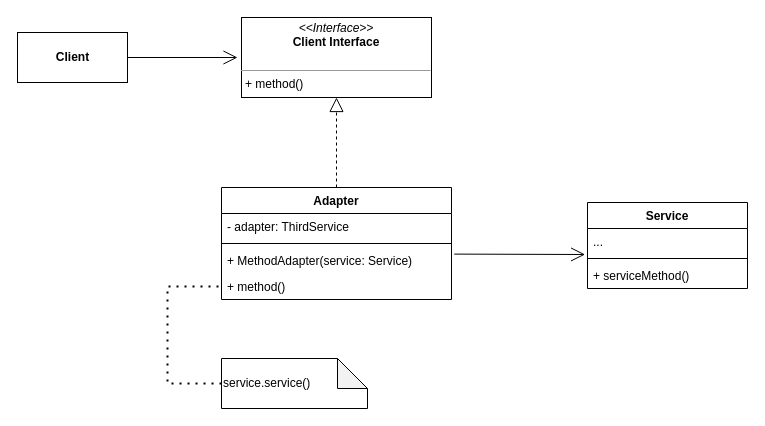
Before: 适配器模式.drawio in HsoulLink/designpattern_pic, a draw.io diagram. Source tidied: cells renumbered, new cells numbered last; positions are measured from the earlier drawing's top-left corner, leaving out a move shared by most shapes. Both pictures are drawn from the tidied source at 100%, with x=0, y=0 at pixel (17, 17).
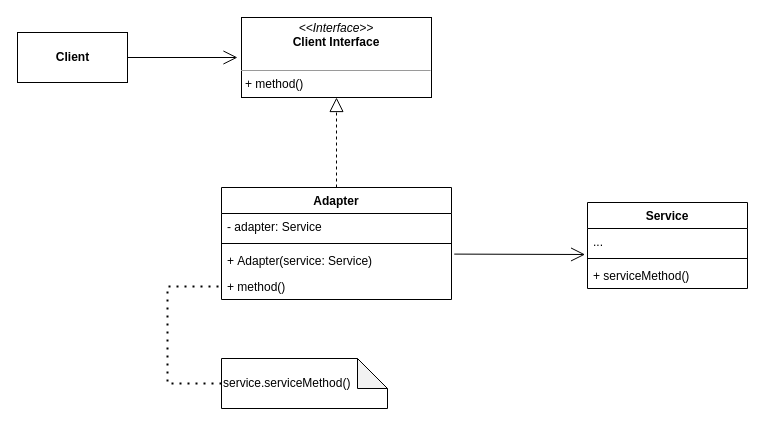
The same diagram, later.

Commit message (it also covers changes not shown here):
更新适配器模式.drawio

Unchanged cells that the change refers to:
```xml
<mxCell id="3" value="Adapter" style="swimlane;fontStyle=1;align=center;verticalAlign=top;horizontal=1;startSize=26;" parent="1" vertex="1">
  <mxGeometry x="204" y="170" width="230" height="112" as="geometry" />
</mxCell>
```

Change to the diagram source:
```diff
@@
-    <mxCell id="4" value="- adapter: ThirdService" style="text;strokeColor=none;fillColor=none;align=left;verticalAlign=top;spacingLeft=4;spacingRight=4;overflow=hidden;" parent="3" vertex="1">
+    <mxCell id="4" value="- adapter: Service" style="text;strokeColor=none;fillColor=none;align=left;verticalAlign=top;spacingLeft=4;spacingRight=4;overflow=hidden;" parent="3" vertex="1">
       <mxGeometry y="26" width="230" height="26" as="geometry" />
     </mxCell>
@@
-    <mxCell id="6" value="+ MethodAdapter(service: Service)" style="text;strokeColor=none;fillColor=none;align=left;verticalAlign=top;spacingLeft=4;spacingRight=4;overflow=hidden;points=[[0,0.5],[1,0.5]];portConstraint=eastwest;" parent="3" vertex="1">
+    <mxCell id="6" value="+ Adapter(service: Service)" style="text;strokeColor=none;fillColor=none;align=left;verticalAlign=top;spacingLeft=4;spacingRight=4;overflow=hidden;points=[[0,0.5],[1,0.5]];portConstraint=eastwest;" parent="3" vertex="1">
       <mxGeometry y="60" width="230" height="26" as="geometry" />
     </mxCell>
@@
-    <mxCell id="15" value="service.service()" style="shape=note;whiteSpace=wrap;html=1;backgroundOutline=1;darkOpacity=0.05;align=left;" parent="1" vertex="1">
-      <mxGeometry x="204" y="341" width="146" height="50" as="geometry" />
+    <mxCell id="15" value="service.&lt;span style=&quot;&quot;&gt;serviceMethod&lt;/span&gt;()" style="shape=note;whiteSpace=wrap;html=1;backgroundOutline=1;darkOpacity=0.05;align=left;" parent="1" vertex="1">
+      <mxGeometry x="204" y="341" width="166" height="50" as="geometry" />
     </mxCell>
```
